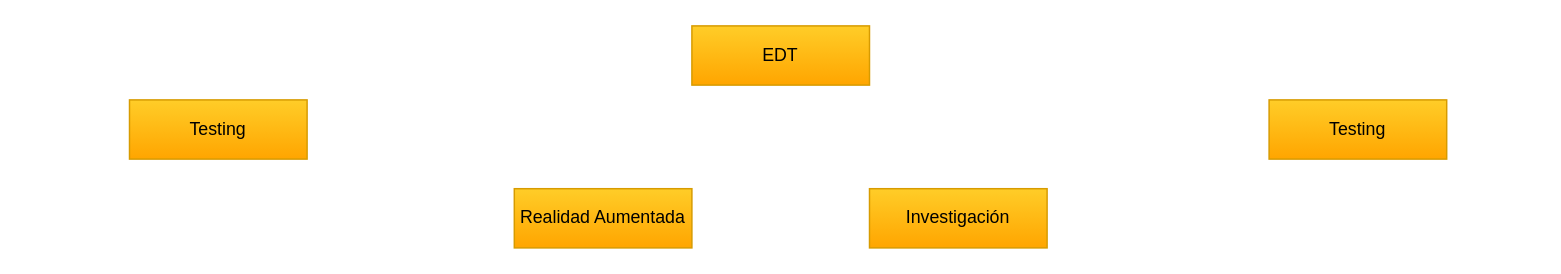
Before: EDT.drawio in NahuelLV/Base-de-Datos, a draw.io diagram. Source tidied: cells renumbered, new cells numbered last; positions are measured from the earlier drawing's top-left corner, leaving out a move shared by most shapes. Both pictures are drawn from the tidied source at 148%, with x=0, y=0 at pixel (129, 25).
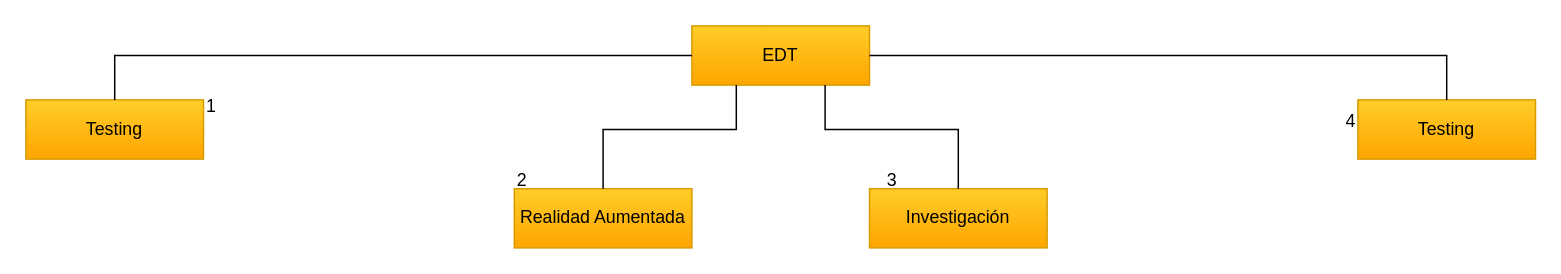
Above is the later version.

Unchanged cells that the change refers to:
```xml
<mxCell id="2" value="EDT" style="rounded=0;whiteSpace=wrap;html=1;fillColor=#ffcd28;gradientColor=#ffa500;strokeColor=#d79b00;" parent="1" vertex="1">
  <mxGeometry x="380" width="120" height="40" as="geometry" />
</mxCell>
<mxCell id="4" value="Realidad Aumentada" style="rounded=0;whiteSpace=wrap;html=1;fillColor=#ffcd28;gradientColor=#ffa500;strokeColor=#d79b00;" parent="1" vertex="1">
  <mxGeometry x="260" y="110" width="120" height="40" as="geometry" />
</mxCell>
<mxCell id="5" value="Investigación" style="rounded=0;whiteSpace=wrap;html=1;fillColor=#ffcd28;gradientColor=#ffa500;strokeColor=#d79b00;" parent="1" vertex="1">
  <mxGeometry x="500" y="110" width="120" height="40" as="geometry" />
</mxCell>
```

What changed in the source:
```diff
@@
     <mxCell id="3" value="Testing" style="rounded=0;whiteSpace=wrap;html=1;fillColor=#ffcd28;gradientColor=#ffa500;strokeColor=#d79b00;" parent="1" vertex="1">
-      <mxGeometry y="50" width="120" height="40" as="geometry" />
+      <mxGeometry x="-70" y="50" width="120" height="40" as="geometry" />
     </mxCell>
@@
     <mxCell id="6" value="Testing" style="rounded=0;whiteSpace=wrap;html=1;fillColor=#ffcd28;gradientColor=#ffa500;strokeColor=#d79b00;" parent="1" vertex="1">
-      <mxGeometry x="770" y="50" width="120" height="40" as="geometry" />
+      <mxGeometry x="830" y="50" width="120" height="40" as="geometry" />
     </mxCell>
+    <mxCell id="7" value="1" style="text;html=1;align=center;verticalAlign=middle;strokeColor=none;fillColor=none;" parent="1" vertex="1">
+      <mxGeometry x="40" y="40" width="30" height="30" as="geometry" />
+    </mxCell>
+    <mxCell id="8" value="2" style="text;html=1;align=center;verticalAlign=middle;strokeColor=none;fillColor=none;" parent="1" vertex="1">
+      <mxGeometry x="250" y="90" width="30" height="30" as="geometry" />
+    </mxCell>
+    <mxCell id="9" value="3" style="text;html=1;align=center;verticalAlign=middle;strokeColor=none;fillColor=none;" parent="1" vertex="1">
+      <mxGeometry x="500" y="90" width="30" height="30" as="geometry" />
+    </mxCell>
+    <mxCell id="10" value="4" style="text;html=1;align=center;verticalAlign=middle;strokeColor=none;fillColor=none;" parent="1" vertex="1">
+      <mxGeometry x="810" y="50" width="30" height="30" as="geometry" />
+    </mxCell>
+    <mxCell id="11" style="endArrow=none;html=1;rounded=0;entryX=0;entryY=0.5;entryDx=0;entryDy=0;exitX=0.5;exitY=0;exitDx=0;exitDy=0;" parent="1" edge="1" source="3" target="2">
+      <mxGeometry relative="1" as="geometry">
+        <Array as="points">
+          <mxPoint x="-10" y="20" />
+        </Array>
+      </mxGeometry>
+    </mxCell>
+    <mxCell id="12" style="endArrow=none;html=1;rounded=0;entryX=0.25;entryY=1;entryDx=0;entryDy=0;exitX=0.5;exitY=0;exitDx=0;exitDy=0;" parent="1" edge="1" source="4" target="2">
+      <mxGeometry relative="1" as="geometry">
+        <Array as="points">
+          <mxPoint x="320" y="70" />
+          <mxPoint x="410" y="70" />
+        </Array>
+      </mxGeometry>
+    </mxCell>
+    <mxCell id="13" style="endArrow=none;html=1;rounded=0;entryX=0.75;entryY=1;entryDx=0;entryDy=0;exitX=0.5;exitY=0;exitDx=0;exitDy=0;" parent="1" edge="1" source="5" target="2">
+      <mxGeometry relative="1" as="geometry">
+        <Array as="points">
+          <mxPoint x="560" y="70" />
+          <mxPoint x="470" y="70" />
+        </Array>
+      </mxGeometry>
+    </mxCell>
+    <mxCell id="14" style="endArrow=none;html=1;rounded=0;entryX=1;entryY=0.5;entryDx=0;entryDy=0;exitX=0.5;exitY=0;exitDx=0;exitDy=0;" parent="1" edge="1" source="6" target="2">
+      <mxGeometry relative="1" as="geometry">
+        <Array as="points">
+          <mxPoint x="890" y="20" />
+        </Array>
+      </mxGeometry>
+    </mxCell>
```
